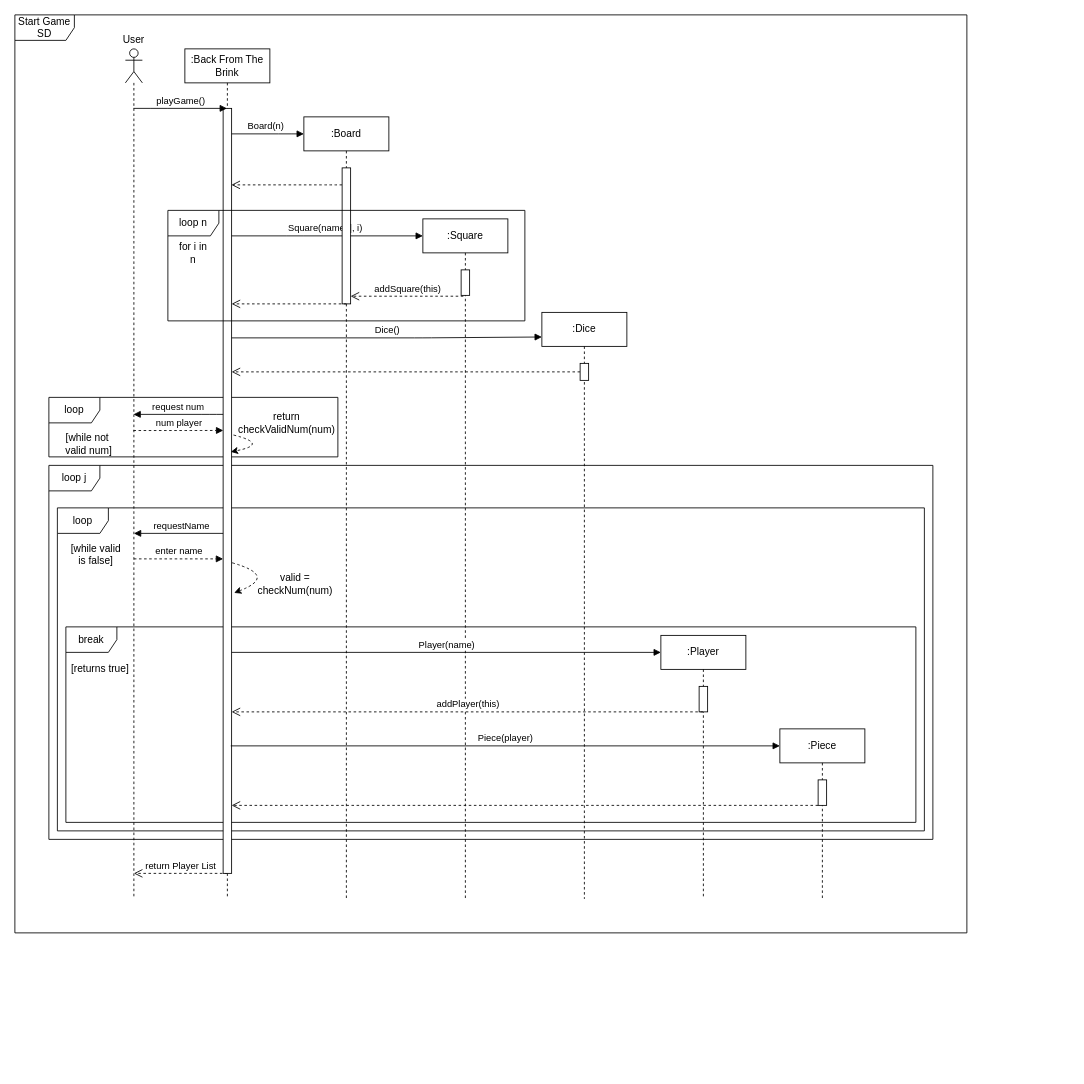
Above: Documentation/Sequence Diagrams/Start Game SD (draft).drawio in cmcgarry5/csc2058-2021-g25 (draw.io), before the change. Source tidied: cells renumbered, new cells numbered last; positions are measured from the earlier drawing's top-left corner, leaving out a move shared by most shapes. Both pictures are drawn from the tidied source at 85%, with x=0, y=0 at pixel (14, 14).
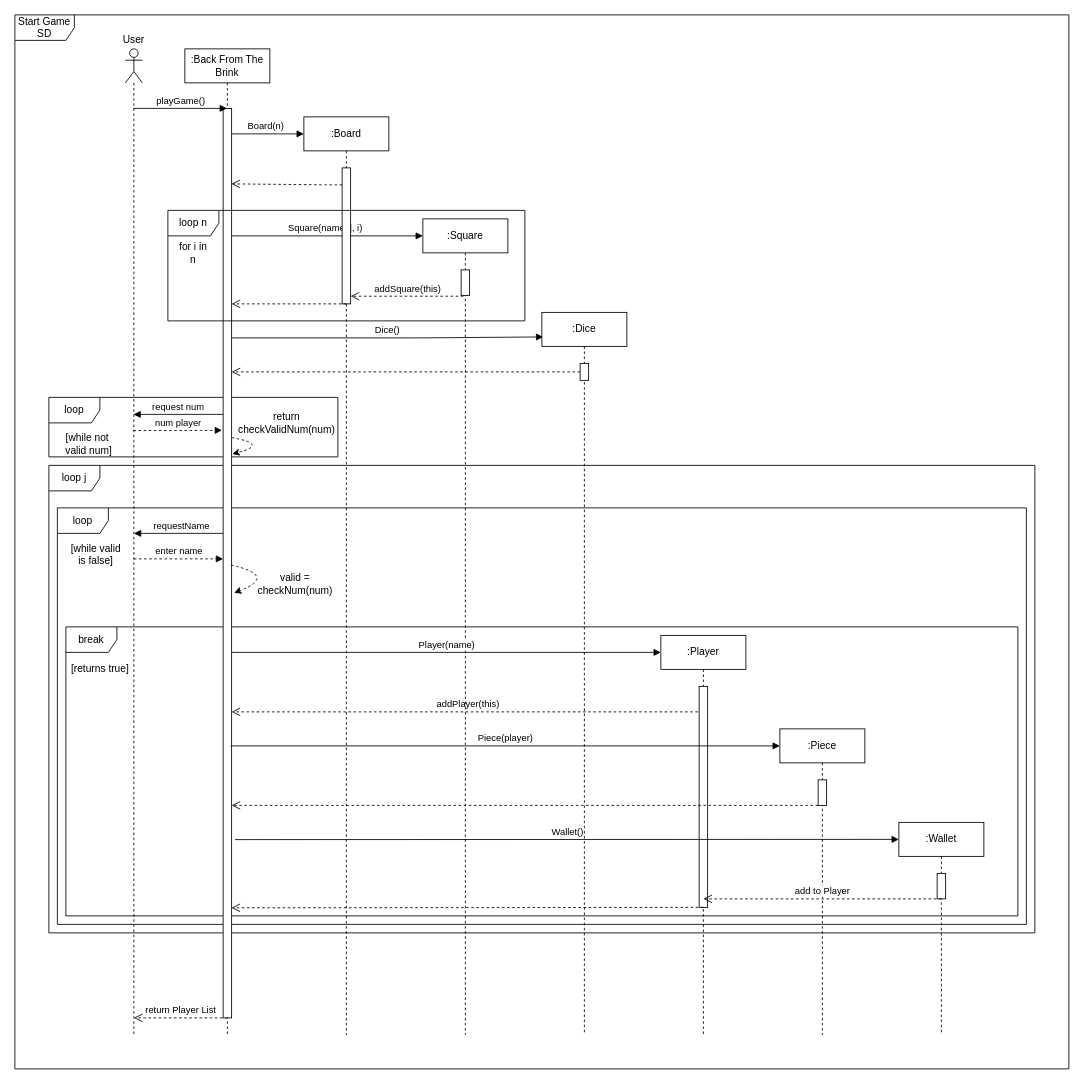
The same diagram, later.

Unchanged cells that the change refers to:
```xml
<mxCell id="18" style="html=1;points=[];perimeter=orthogonalPerimeter;" parent="17" vertex="1">
  <mxGeometry x="45" y="60" width="10" height="160" as="geometry" />
</mxCell>
```

Change to the diagram source:
```diff
@@
+    <mxCell id="32" value="addPlayer(this)" style="html=1;verticalAlign=bottom;endArrow=open;endSize=8;dashed=1;" parent="1" edge="1" source="30">
+      <mxGeometry relative="1" as="geometry">
+        <mxPoint x="255" y="820" as="targetPoint" />
+      </mxGeometry>
+    </mxCell>
+    <mxCell id="4" value="Start Game SD" style="shape=umlFrame;whiteSpace=wrap;html=1;width=70;height=30;" parent="1" vertex="1">
+      <mxGeometry width="1240" height="1240" as="geometry" />
+    </mxCell>
+    <mxCell id="5" value="loop j" style="shape=umlFrame;whiteSpace=wrap;html=1;" parent="1" vertex="1">
+      <mxGeometry x="40" y="530" width="1160" height="550" as="geometry" />
+    </mxCell>
+    <mxCell id="7" value="loop" style="shape=umlFrame;whiteSpace=wrap;html=1;" parent="1" vertex="1">
+      <mxGeometry x="50" y="580" width="1140" height="490" as="geometry" />
+    </mxCell>
@@
     <mxCell id="3" value="break" style="shape=umlFrame;whiteSpace=wrap;html=1;" parent="1" vertex="1">
-      <mxGeometry x="60" y="720" width="1000" height="230" as="geometry" />
+      <mxGeometry x="60" y="720" width="1120" height="340" as="geometry" />
     </mxCell>
-    <mxCell id="4" value="Start Game SD" style="shape=umlFrame;whiteSpace=wrap;html=1;width=70;height=30;" parent="1" vertex="1">
-      <mxGeometry width="1120" height="1080" as="geometry" />
-    </mxCell>
-    <mxCell id="5" value="loop j" style="shape=umlFrame;whiteSpace=wrap;html=1;" parent="1" vertex="1">
-      <mxGeometry x="40" y="530" width="1040" height="440" as="geometry" />
-    </mxCell>
@@
-    <mxCell id="7" value="loop" style="shape=umlFrame;whiteSpace=wrap;html=1;" parent="1" vertex="1">
-      <mxGeometry x="50" y="580" width="1020" height="380" as="geometry" />
-    </mxCell>
@@
     <mxCell id="9" value="return Player List" style="html=1;verticalAlign=bottom;endArrow=open;dashed=1;endSize=8;" parent="1" edge="1">
       <mxGeometry relative="1" as="geometry">
-        <mxPoint x="250.2" y="1010" as="sourcePoint" />
-        <mxPoint x="140" y="1010" as="targetPoint" />
+        <mxPoint x="250.2" y="1180" as="sourcePoint" />
+        <mxPoint x="140" y="1180" as="targetPoint" />
         <Array as="points">
-          <mxPoint x="220.7" y="1010" />
+          <mxPoint x="220.7" y="1180" />
         </Array>
       </mxGeometry>
     </mxCell>
@@
-    <mxCell id="11" style="html=1;verticalAlign=bottom;endArrow=open;dashed=1;endSize=8;entryX=0.976;entryY=0.1;entryDx=0;entryDy=0;entryPerimeter=0;" parent="1" edge="1" source="18" target="14">
+    <mxCell id="11" style="html=1;verticalAlign=bottom;endArrow=open;dashed=1;endSize=8;entryX=0.976;entryY=0.083;entryDx=0;entryDy=0;entryPerimeter=0;" parent="1" edge="1" source="18" target="14">
       <mxGeometry relative="1" as="geometry">
         <Array as="points">
           <mxPoint x="370" y="200" />
         </Array>
       </mxGeometry>
     </mxCell>
     <mxCell id="12" style="shape=umlLifeline;participant=umlActor;perimeter=lifelinePerimeter;whiteSpace=wrap;html=1;verticalAlign=top;spacingTop=36;outlineConnect=0;" parent="1" vertex="1">
-      <mxGeometry x="130" y="40" width="20" height="1000" as="geometry" />
+      <mxGeometry x="130" y="40" width="20" height="1160" as="geometry" />
     </mxCell>
     <mxCell id="13" value=":Back From The Brink" style="shape=umlLifeline;perimeter=lifelinePerimeter;whiteSpace=wrap;html=1;outlineConnect=0;" parent="1" vertex="1">
-      <mxGeometry x="200" y="40" width="100" height="1000" as="geometry" />
+      <mxGeometry x="200" y="40" width="100" height="1160" as="geometry" />
     </mxCell>
     <mxCell id="14" style="html=1;points=[];perimeter=orthogonalPerimeter;" parent="13" vertex="1">
-      <mxGeometry x="45" y="70" width="10" height="900" as="geometry" />
+      <mxGeometry x="45" y="70" width="10" height="1070" as="geometry" />
     </mxCell>
-    <mxCell id="15" style="curved=1;endArrow=classic;html=1;dashed=1;entryX=0.9;entryY=0.449;entryDx=0;entryDy=0;entryPerimeter=0;exitX=1.22;exitY=0.427;exitDx=0;exitDy=0;exitPerimeter=0;" parent="13" edge="1" source="14" target="14">
+    <mxCell id="15" style="curved=1;endArrow=classic;html=1;dashed=1;entryX=1.086;entryY=0.38;entryDx=0;entryDy=0;entryPerimeter=0;exitX=0.976;exitY=0.362;exitDx=0;exitDy=0;exitPerimeter=0;" parent="13" edge="1" source="14" target="14">
       <mxGeometry relative="1" as="geometry">
         <Array as="points">
           <mxPoint x="100" y="465" />
         </Array>
       </mxGeometry>
     </mxCell>
-    <mxCell id="16" style="curved=1;endArrow=classic;html=1;dashed=1;exitX=1.06;exitY=0.594;exitDx=0;exitDy=0;exitPerimeter=0;" parent="13" edge="1" source="14">
+    <mxCell id="16" style="curved=1;endArrow=classic;html=1;dashed=1;exitX=0.921;exitY=0.502;exitDx=0;exitDy=0;exitPerimeter=0;" parent="13" edge="1" source="14">
       <mxGeometry relative="1" as="geometry">
         <mxPoint x="58" y="640" as="targetPoint" />
         <Array as="points">
           <mxPoint x="110" y="620" />
         </Array>
       </mxGeometry>
     </mxCell>
     <mxCell id="17" value=":Board" style="shape=umlLifeline;perimeter=lifelinePerimeter;whiteSpace=wrap;html=1;" parent="1" vertex="1">
-      <mxGeometry x="340" y="120" width="100" height="920" as="geometry" />
+      <mxGeometry x="340" y="120" width="100" height="1080" as="geometry" />
     </mxCell>
@@
     <mxCell id="23" value=":Square" style="shape=umlLifeline;perimeter=lifelinePerimeter;whiteSpace=wrap;html=1;" parent="1" vertex="1">
-      <mxGeometry x="480" y="240" width="100" height="800" as="geometry" />
+      <mxGeometry x="480" y="240" width="100" height="960" as="geometry" />
     </mxCell>
@@
-    <mxCell id="27" value="num player" style="html=1;verticalAlign=bottom;endArrow=block;dashed=1;entryX=0.02;entryY=0.421;entryDx=0;entryDy=0;entryPerimeter=0;" parent="1" edge="1" source="12" target="14">
+    <mxCell id="27" value="num player" style="html=1;verticalAlign=bottom;endArrow=block;dashed=1;entryX=-0.128;entryY=0.354;entryDx=0;entryDy=0;entryPerimeter=0;" parent="1" edge="1" source="12" target="14">
       <mxGeometry relative="1" as="geometry">
         <Array as="points">
           <mxPoint x="210" y="489" />
         </Array>
       </mxGeometry>
     </mxCell>
@@
     <mxCell id="30" value=":Player" style="shape=umlLifeline;perimeter=lifelinePerimeter;whiteSpace=wrap;html=1;outlineConnect=0;" parent="1" vertex="1">
-      <mxGeometry x="760" y="730" width="100" height="310" as="geometry" />
+      <mxGeometry x="760" y="730" width="100" height="470" as="geometry" />
     </mxCell>
     <mxCell id="31" style="html=1;perimeter=orthogonalPerimeter;" parent="30" vertex="1">
-      <mxGeometry x="45" y="60" width="10" height="30" as="geometry" />
+      <mxGeometry x="45" y="60" width="10" height="260" as="geometry" />
     </mxCell>
-    <mxCell id="32" value="addPlayer(this)" style="html=1;verticalAlign=bottom;endArrow=open;endSize=8;dashed=1;" parent="1" edge="1" source="30">
-      <mxGeometry relative="1" as="geometry">
-        <mxPoint x="255" y="820" as="targetPoint" />
-      </mxGeometry>
-    </mxCell>
@@
-    <mxCell id="35" value="Dice()" style="html=1;verticalAlign=bottom;endArrow=block;entryX=0;entryY=0.042;entryDx=0;entryDy=0;entryPerimeter=0;" parent="1" edge="1" source="14" target="45">
+    <mxCell id="35" value="Dice()" style="html=1;verticalAlign=bottom;endArrow=block;entryX=0.017;entryY=0.034;entryDx=0;entryDy=0;entryPerimeter=0;" parent="1" edge="1" source="14" target="45">
       <mxGeometry relative="1" as="geometry">
         <Array as="points">
           <mxPoint x="480" y="380" />
         </Array>
       </mxGeometry>
     </mxCell>
@@
     <mxCell id="37" value=":Piece" style="shape=umlLifeline;perimeter=lifelinePerimeter;whiteSpace=wrap;html=1;" parent="1" vertex="1">
-      <mxGeometry x="900" y="840" width="100" height="200" as="geometry" />
+      <mxGeometry x="900" y="840" width="100" height="360" as="geometry" />
     </mxCell>
@@
     <mxCell id="45" value=":Dice" style="shape=umlLifeline;perimeter=lifelinePerimeter;whiteSpace=wrap;html=1;outlineConnect=0;" parent="1" vertex="1">
-      <mxGeometry x="620" y="350" width="100" height="690" as="geometry" />
+      <mxGeometry x="620" y="350" width="100" height="850" as="geometry" />
     </mxCell>
@@
+    <mxCell id="47" value=":Wallet" style="shape=umlLifeline;perimeter=lifelinePerimeter;whiteSpace=wrap;html=1;" parent="1" vertex="1">
+      <mxGeometry x="1040" y="950" width="100" height="250" as="geometry" />
+    </mxCell>
+    <mxCell id="48" style="html=1;perimeter=orthogonalPerimeter;" parent="47" vertex="1">
+      <mxGeometry x="45" y="60" width="10" height="30" as="geometry" />
+    </mxCell>
+    <mxCell id="49" value="Wallet()" style="html=1;verticalAlign=bottom;endArrow=block;exitX=1.4;exitY=0.804;exitDx=0;exitDy=0;exitPerimeter=0;" parent="1" edge="1" source="14">
+      <mxGeometry relative="1" as="geometry">
+        <mxPoint x="1040" y="970" as="targetPoint" />
+      </mxGeometry>
+    </mxCell>
+    <mxCell id="50" value="add to Player" style="html=1;verticalAlign=bottom;endArrow=open;endSize=8;dashed=1;" parent="1" edge="1">
+      <mxGeometry relative="1" as="geometry">
+        <mxPoint x="1090" y="1040" as="sourcePoint" />
+        <mxPoint x="810" y="1040" as="targetPoint" />
+      </mxGeometry>
+    </mxCell>
+    <mxCell id="51" style="html=1;verticalAlign=bottom;endArrow=open;endSize=8;dashed=1;entryX=0.98;entryY=0.879;entryDx=0;entryDy=0;entryPerimeter=0;" parent="1" edge="1" target="14">
+      <mxGeometry relative="1" as="geometry">
+        <mxPoint x="810" y="1050" as="sourcePoint" />
+      </mxGeometry>
+    </mxCell>
```
